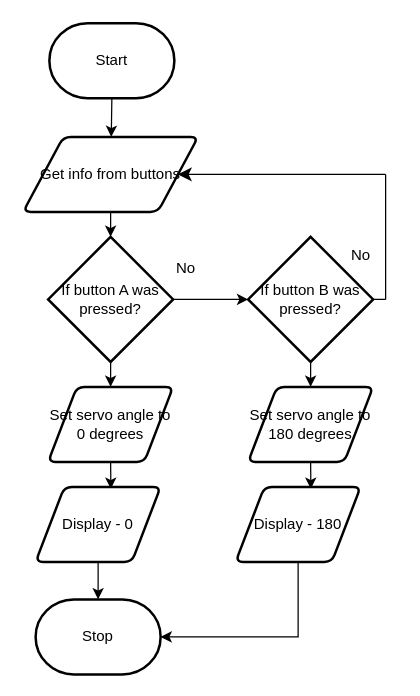
Before: design/flowchart.drawio in MTHS-TEJ2O-1-2023/TEJ2O-Unit-5-07-ihor-chernyshev, a draw.io diagram. Source tidied: cells renumbered, new cells numbered last; positions are measured from the earlier drawing's top-left corner, leaving out a move shared by most shapes. Both pictures are drawn from the tidied source at 125%, with x=0, y=0 at pixel (22, 22).
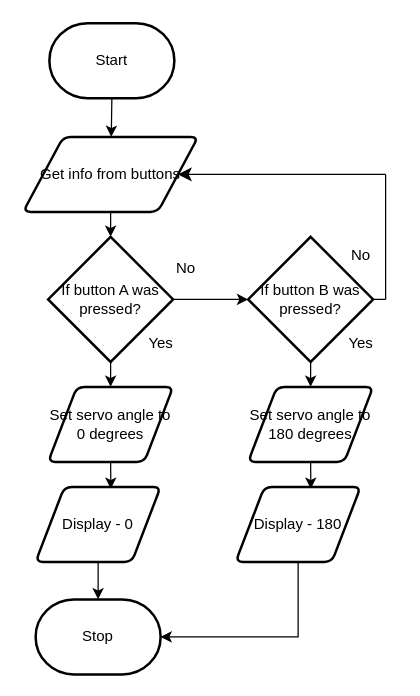
The same diagram, later.

The edit, as a diff of the source:
```diff
@@
+    <mxCell id="25" value="Yes" style="text;html=1;align=center;verticalAlign=middle;strokeColor=none;fillColor=none;" parent="1" vertex="1">
+      <mxGeometry x="90" y="241" width="40" height="30" as="geometry" />
+    </mxCell>
+    <mxCell id="26" value="Yes" style="text;html=1;align=center;verticalAlign=middle;strokeColor=none;fillColor=none;" parent="1" vertex="1">
+      <mxGeometry x="250" y="241" width="40" height="30" as="geometry" />
+    </mxCell>
```
